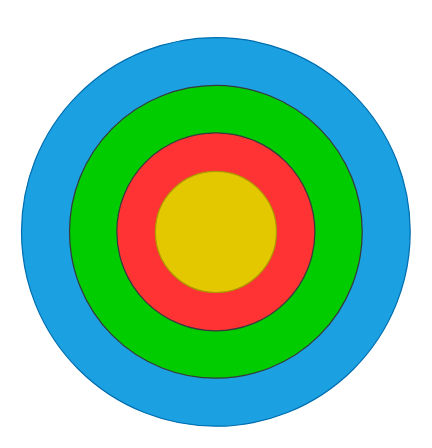
CCoE-in-the-future/nogizaka-typing keeps this draw.io diagram as frontend/design/architecture.drawio. Above is the earlier version. Source tidied: cells renumbered, new cells numbered last; positions are measured from the earlier drawing's top-left corner, leaving out a move shared by most shapes. Both pictures are drawn from the tidied source at 123%, with x=0, y=0 at pixel (21, 37).
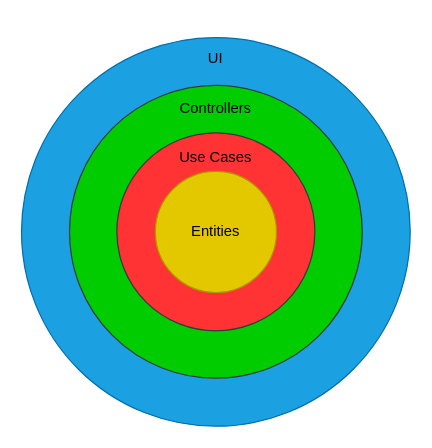
After the change.

Change to the diagram source:
```diff
@@
 <mxGraphModel background="#ffffff">
   <root>
     <mxCell id="0" />
     <mxCell id="1" parent="0" />
     <mxCell id="2" style="ellipse;whiteSpace=wrap;html=1;fillColor=#1ba1e2;fontColor=#ffffff;strokeColor=#006EAF;" parent="1" vertex="1">
       <mxGeometry width="316" height="316" as="geometry" />
     </mxCell>
     <mxCell id="3" style="ellipse;whiteSpace=wrap;html=1;fillColor=#00CC00;strokeColor=#36393d;" parent="1" vertex="1">
       <mxGeometry x="39" y="39" width="238" height="238" as="geometry" />
     </mxCell>
     <mxCell id="4" style="ellipse;whiteSpace=wrap;html=1;fillColor=#FF3333;strokeColor=#36393d;" parent="1" vertex="1">
       <mxGeometry x="77.5" y="77.5" width="161" height="161" as="geometry" />
     </mxCell>
     <mxCell id="5" style="ellipse;whiteSpace=wrap;html=1;fillColor=#e3c800;strokeColor=#B09500;fontColor=#000000;" parent="1" vertex="1">
       <mxGeometry x="108.8" y="108.8" width="98.5" height="98.5" as="geometry" />
     </mxCell>
+    <mxCell id="6" value="&lt;font color=&quot;#000000&quot;&gt;Entities&lt;/font&gt;" style="rounded=0;whiteSpace=wrap;html=1;fillColor=none;gradientColor=default;strokeColor=none;" parent="1" vertex="1">
+      <mxGeometry x="98" y="128" width="120" height="60" as="geometry" />
+    </mxCell>
+    <mxCell id="7" value="&lt;font color=&quot;#000000&quot;&gt;Use Cases&lt;/font&gt;" style="rounded=0;whiteSpace=wrap;html=1;fillColor=none;gradientColor=default;strokeColor=none;" parent="1" vertex="1">
+      <mxGeometry x="98" y="68" width="120" height="60" as="geometry" />
+    </mxCell>
+    <mxCell id="8" value="&lt;font color=&quot;#000000&quot;&gt;Controllers&lt;/font&gt;" style="rounded=0;whiteSpace=wrap;html=1;fillColor=none;gradientColor=default;strokeColor=none;" parent="1" vertex="1">
+      <mxGeometry x="98" y="28" width="120" height="60" as="geometry" />
+    </mxCell>
+    <mxCell id="9" value="&lt;font color=&quot;#000000&quot;&gt;UI&lt;/font&gt;" style="rounded=0;whiteSpace=wrap;html=1;fillColor=none;gradientColor=default;strokeColor=none;" parent="1" vertex="1">
+      <mxGeometry x="98" y="-13" width="120" height="60" as="geometry" />
+    </mxCell>
   </root>
 </mxGraphModel>
```
